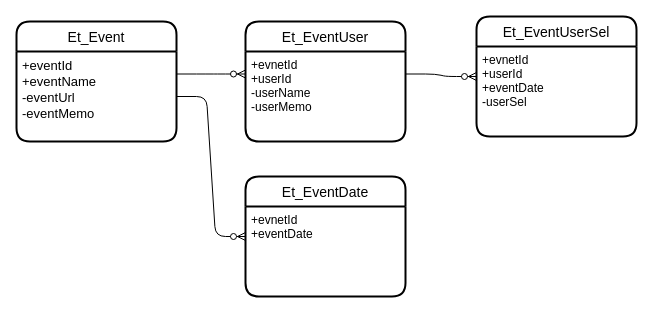
Before: db.drawio in Shin1abe/event-time, a draw.io diagram. Source tidied: cells renumbered, new cells numbered last; positions are measured from the earlier drawing's top-left corner, leaving out a move shared by most shapes. Both pictures are drawn from the tidied source at 100%, with x=0, y=0 at pixel (16, 16).
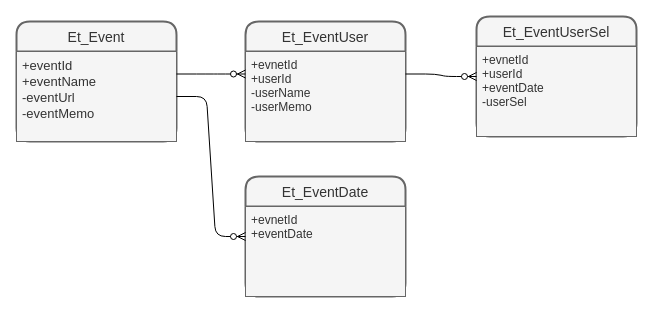
The same diagram, later.

Diff of the diagram source:
```diff
@@
 <mxGraphModel>
   <root>
     <mxCell id="0" />
     <mxCell id="1" parent="0" />
-    <mxCell id="2" value="Et_Event" style="swimlane;horizontal=1;startSize=30;rounded=1;fontSize=14;fontStyle=0;strokeWidth=2;shadow=0;dashed=0;align=center;" parent="1" vertex="1">
+    <mxCell id="2" value="Et_Event" style="swimlane;horizontal=1;startSize=30;rounded=1;fontSize=14;fontStyle=0;strokeWidth=2;shadow=0;dashed=0;align=center;fillColor=#f5f5f5;fontColor=#333333;strokeColor=#666666;" parent="1" vertex="1">
       <mxGeometry y="5" width="160" height="120" as="geometry" />
     </mxCell>
-    <mxCell id="3" value="+eventId&#10;+eventName&#10;-eventUrl&#10;-eventMemo&#10;&#10;" style="align=left;strokeColor=none;fillColor=none;spacingLeft=4;fontSize=13;verticalAlign=top;" parent="2" vertex="1">
+    <mxCell id="3" value="+eventId&#10;+eventName&#10;-eventUrl&#10;-eventMemo&#10;&#10;" style="align=left;strokeColor=#666666;fillColor=#f5f5f5;spacingLeft=4;fontSize=13;verticalAlign=top;fontColor=#333333;" parent="2" vertex="1">
       <mxGeometry y="30" width="160" height="90" as="geometry" />
     </mxCell>
-    <mxCell id="4" value="Et_EventDate" style="swimlane;horizontal=1;startSize=30;rounded=1;fontSize=14;fontStyle=0;strokeWidth=2;shadow=0;dashed=0;align=center;" parent="1" vertex="1">
+    <mxCell id="4" value="Et_EventDate" style="swimlane;horizontal=1;startSize=30;rounded=1;fontSize=14;fontStyle=0;strokeWidth=2;shadow=0;dashed=0;align=center;fillColor=#f5f5f5;fontColor=#333333;strokeColor=#666666;" parent="1" vertex="1">
       <mxGeometry x="229" y="160" width="160" height="120" as="geometry" />
     </mxCell>
-    <mxCell id="5" value="+evnetId&#10;+eventDate&#10;" style="align=left;strokeColor=none;fillColor=none;spacingLeft=4;fontSize=12;verticalAlign=top;" parent="4" vertex="1">
+    <mxCell id="5" value="+evnetId&#10;+eventDate&#10;" style="align=left;strokeColor=#666666;fillColor=#f5f5f5;spacingLeft=4;fontSize=12;verticalAlign=top;fontColor=#333333;" parent="4" vertex="1">
       <mxGeometry y="30" width="160" height="90" as="geometry" />
     </mxCell>
-    <mxCell id="6" value="Et_EventUser" style="swimlane;horizontal=1;startSize=30;rounded=1;fontSize=14;fontStyle=0;strokeWidth=2;shadow=0;dashed=0;align=center;" parent="1" vertex="1">
+    <mxCell id="6" value="Et_EventUser" style="swimlane;horizontal=1;startSize=30;rounded=1;fontSize=14;fontStyle=0;strokeWidth=2;shadow=0;dashed=0;align=center;fillColor=#f5f5f5;fontColor=#333333;strokeColor=#666666;" parent="1" vertex="1">
       <mxGeometry x="229" y="5" width="160" height="120" as="geometry" />
     </mxCell>
-    <mxCell id="7" value="+evnetId&#10;+userId&#10;-userName&#10;-userMemo&#10;" style="align=left;strokeColor=none;fillColor=none;spacingLeft=4;fontSize=12;verticalAlign=top;" parent="6" vertex="1">
+    <mxCell id="7" value="+evnetId&#10;+userId&#10;-userName&#10;-userMemo&#10;" style="align=left;strokeColor=#666666;fillColor=#f5f5f5;spacingLeft=4;fontSize=12;verticalAlign=top;fontColor=#333333;" parent="6" vertex="1">
       <mxGeometry y="30" width="160" height="90" as="geometry" />
     </mxCell>
-    <mxCell id="8" value="Et_EventUserSel" style="swimlane;horizontal=1;startSize=30;rounded=1;fontSize=14;fontStyle=0;strokeWidth=2;shadow=0;dashed=0;align=center;" parent="1" vertex="1">
+    <mxCell id="8" value="Et_EventUserSel" style="swimlane;horizontal=1;startSize=30;rounded=1;fontSize=14;fontStyle=0;strokeWidth=2;shadow=0;dashed=0;align=center;fillColor=#f5f5f5;fontColor=#333333;strokeColor=#666666;" parent="1" vertex="1">
       <mxGeometry x="460" width="160" height="120" as="geometry" />
     </mxCell>
-    <mxCell id="9" value="+evnetId&#10;+userId&#10;+eventDate&#10;-userSel&#10;" style="align=left;strokeColor=none;fillColor=none;spacingLeft=4;fontSize=12;verticalAlign=top;" parent="8" vertex="1">
+    <mxCell id="9" value="+evnetId&#10;+userId&#10;+eventDate&#10;-userSel&#10;" style="align=left;strokeColor=#666666;fillColor=#f5f5f5;spacingLeft=4;fontSize=12;verticalAlign=top;fontColor=#333333;" parent="8" vertex="1">
       <mxGeometry y="30" width="160" height="90" as="geometry" />
     </mxCell>
     <mxCell id="10" style="edgeStyle=entityRelationEdgeStyle;fontSize=12;html=1;endArrow=ERzeroToMany;endFill=1;exitX=1;exitY=0.25;exitDx=0;exitDy=0;entryX=0;entryY=0.25;entryDx=0;entryDy=0;" parent="1" edge="1" source="3" target="7">
       <mxGeometry relative="1" as="geometry" />
     </mxCell>
     <mxCell id="11" style="edgeStyle=entityRelationEdgeStyle;fontSize=12;html=1;endArrow=ERzeroToMany;endFill=1;" parent="1" edge="1" source="3" target="4">
       <mxGeometry relative="1" as="geometry" />
     </mxCell>
     <mxCell id="12" style="edgeStyle=entityRelationEdgeStyle;fontSize=12;html=1;endArrow=ERzeroToMany;endFill=1;exitX=1;exitY=0.25;exitDx=0;exitDy=0;" parent="1" edge="1" source="7" target="8">
       <mxGeometry relative="1" as="geometry" />
     </mxCell>
   </root>
 </mxGraphModel>
```
